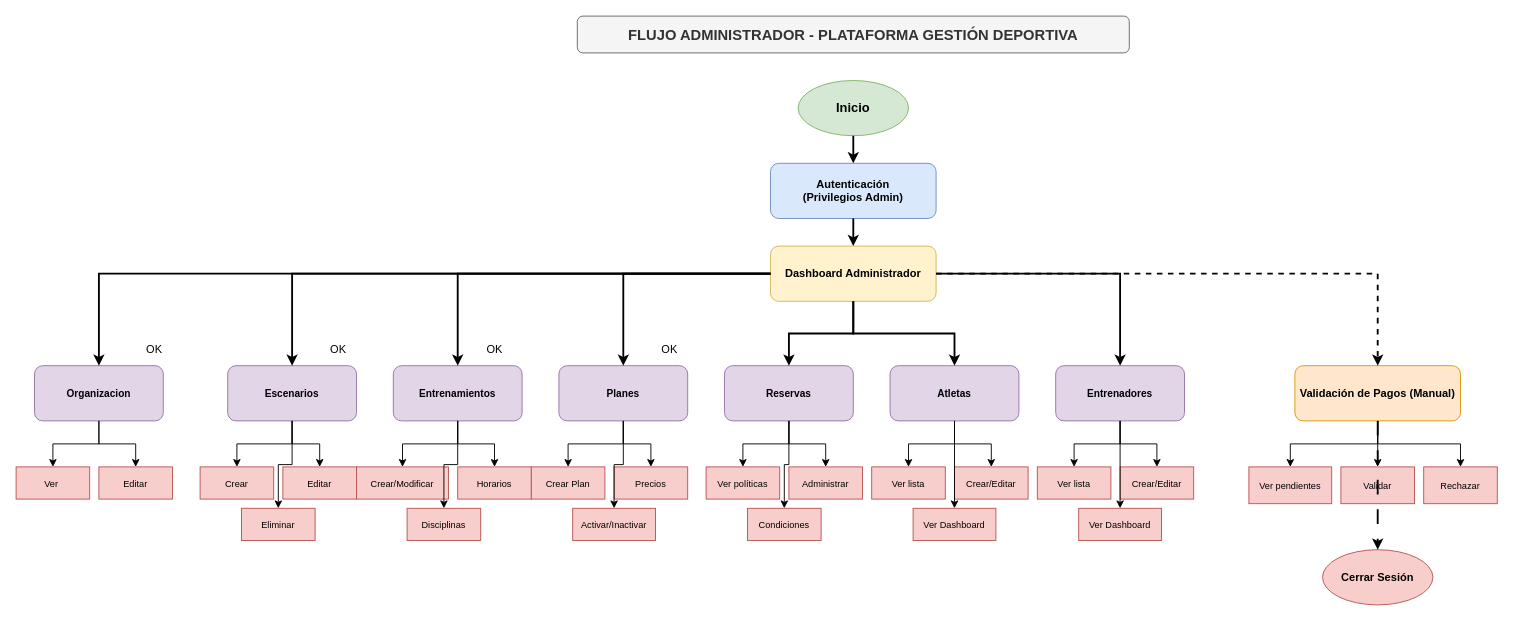
Before: page "1. Flujo Administrador" (1 of 3) of projectspec/diagrams/athlete-jurney.drawio in SergioRojasM/app-sports-manager, a draw.io diagram. Source tidied: cells renumbered, new cells numbered last; positions are measured from the earlier drawing's top-left corner, leaving out a move shared by most shapes. Both pictures are drawn from the tidied source at 92%, with x=0, y=0 at pixel (16, 16).
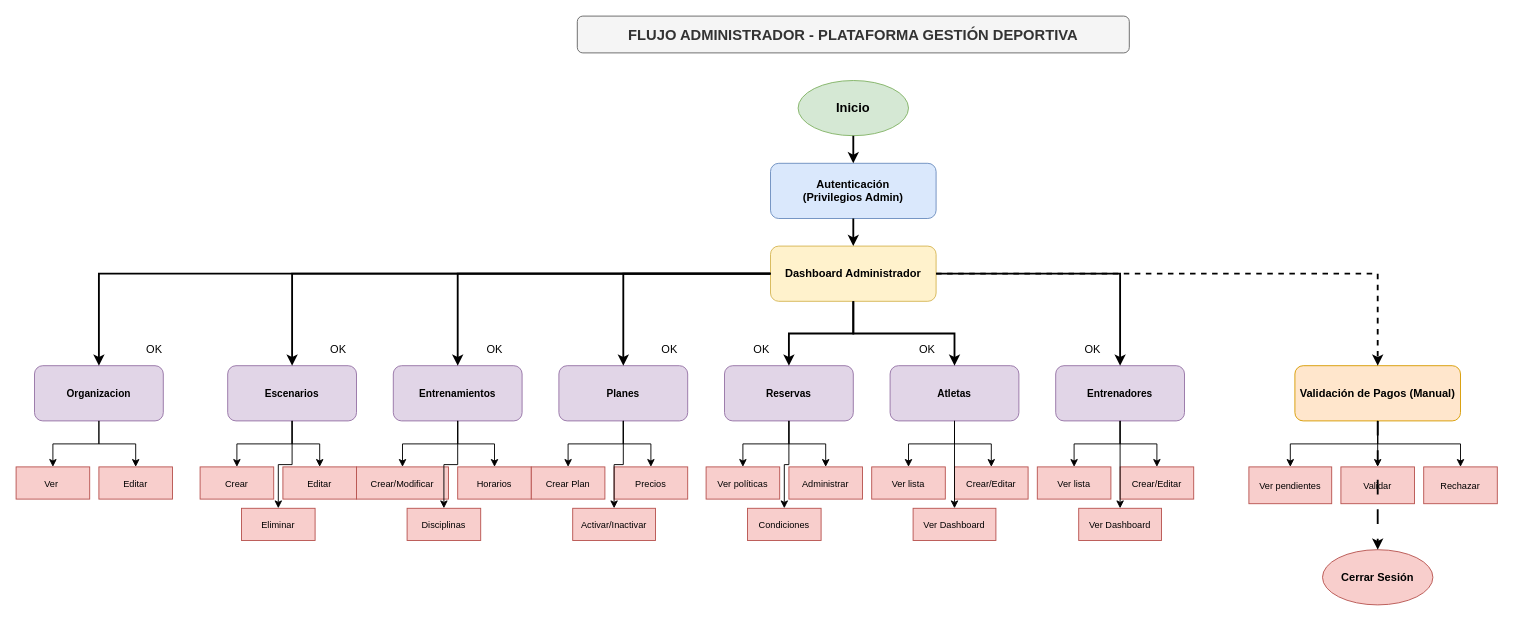
Above is the later version.

What changed in the source:
```diff
@@
+    <mxCell id="76" value="OK" style="text;html=1;align=center;verticalAlign=middle;strokeColor=none;fillColor=none;" parent="1" vertex="1">
+      <mxGeometry x="790" y="348" width="40" height="30" as="geometry" />
+    </mxCell>
+    <mxCell id="77" value="OK" style="text;html=1;align=center;verticalAlign=middle;strokeColor=none;fillColor=none;" parent="1" vertex="1">
+      <mxGeometry x="970" y="348" width="40" height="30" as="geometry" />
+    </mxCell>
+    <mxCell id="78" value="OK" style="text;html=1;align=center;verticalAlign=middle;strokeColor=none;fillColor=none;" parent="1" vertex="1">
+      <mxGeometry x="1150" y="348" width="40" height="30" as="geometry" />
+    </mxCell>
```
